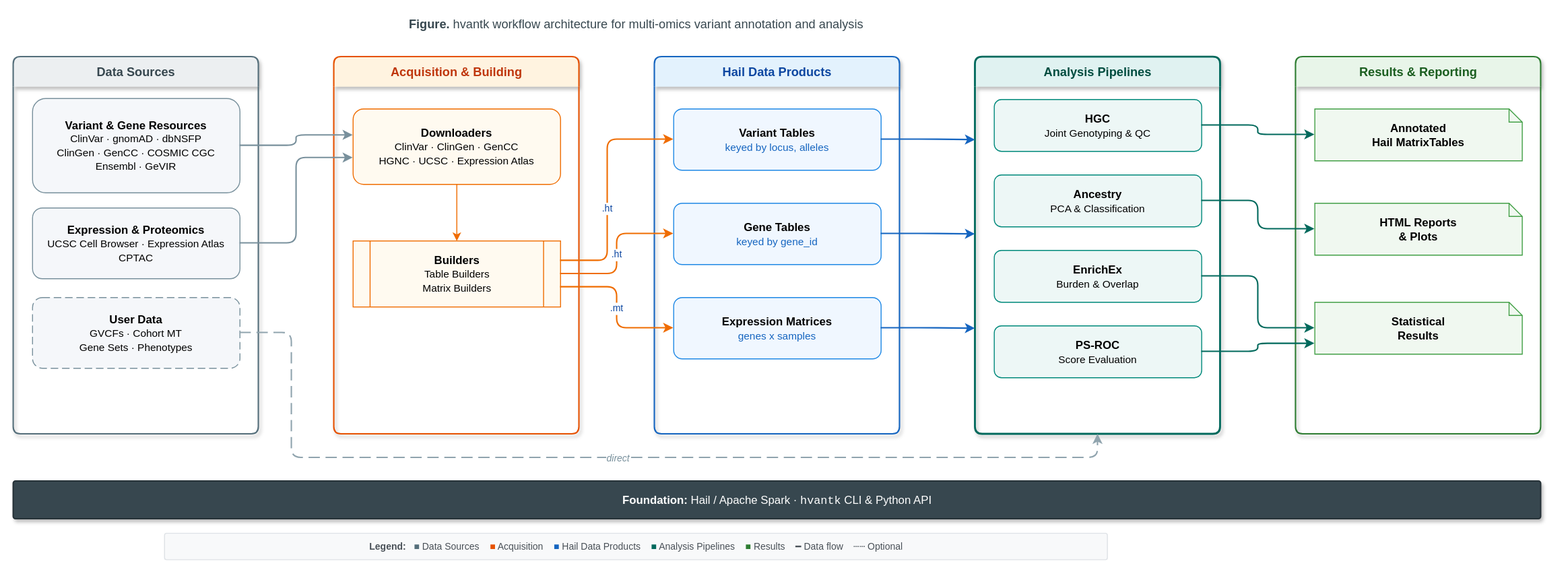
bigbio/hvantk keeps this draw.io diagram as docs_site/images/hvantk-architecture.svg. Above is the earlier version. Source tidied: cells renumbered, new cells last; positions are measured from the earlier drawing's top-left corner, leaving out a move shared by most shapes.
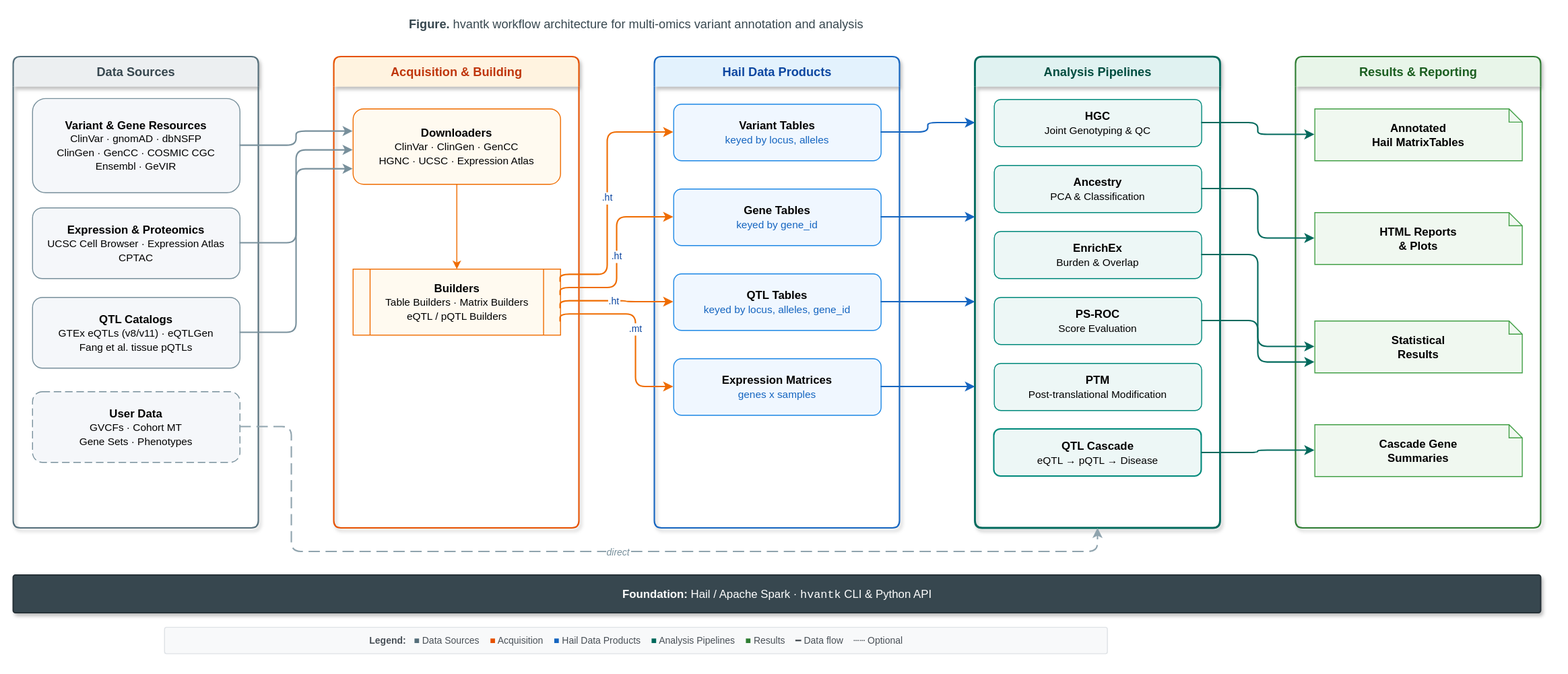
Above is the later version.

Diff of the diagram source:
```diff
@@ -6,7 +6,7 @@
       <mxGeometry x="310" width="700" height="30" as="geometry" />
     </mxCell>
     <mxCell id="3" value="Data Sources" style="html=1;swimlane;startSize=32;fillColor=#eceff1;strokeColor=#546e7a;strokeWidth=1.5;rounded=1;arcSize=8;fontStyle=1;fontSize=13;fontFamily=Arial;fontColor=#37474f;swimlaneLine=0;whiteSpace=wrap;shadow=1;" parent="1" vertex="1">
-      <mxGeometry y="50" width="260" height="400" as="geometry" />
+      <mxGeometry y="50" width="260" height="500" as="geometry" />
     </mxCell>
     <mxCell id="4" value="&lt;b&gt;Variant &amp;amp; Gene Resources&lt;/b&gt;&lt;br/&gt;&lt;font style=&quot;font-size:11px&quot;&gt;ClinVar &amp;middot; gnomAD &amp;middot; dbNSFP&lt;br/&gt;ClinGen &amp;middot; GenCC &amp;middot; COSMIC CGC&lt;br/&gt;Ensembl &amp;middot; GeVIR&lt;/font&gt;" style="html=1;rounded=1;whiteSpace=wrap;fillColor=#f5f7fa;strokeColor=#78909c;strokeWidth=1;fontSize=12;fontFamily=Arial;arcSize=14;spacingTop=4;spacingBottom=4;" parent="3" vertex="1">
       <mxGeometry x="20" y="44" width="220" height="100" as="geometry" />
@@ -14,98 +14,134 @@
     <mxCell id="5" value="&lt;b&gt;Expression &amp;amp; Proteomics&lt;/b&gt;&lt;br/&gt;&lt;font style=&quot;font-size:11px&quot;&gt;UCSC Cell Browser &amp;middot; Expression Atlas&lt;br/&gt;CPTAC&lt;/font&gt;" style="html=1;rounded=1;whiteSpace=wrap;fillColor=#f5f7fa;strokeColor=#78909c;strokeWidth=1;fontSize=12;fontFamily=Arial;arcSize=14;spacingTop=4;spacingBottom=4;" parent="3" vertex="1">
       <mxGeometry x="20" y="160" width="220" height="75" as="geometry" />
     </mxCell>
+    <mxCell id="39" value="&lt;b&gt;QTL Catalogs&lt;/b&gt;&lt;br/&gt;&lt;font style=&quot;font-size:11px&quot;&gt;GTEx eQTLs (v8/v11) &amp;middot; eQTLGen&lt;br/&gt;Fang et al. tissue pQTLs&lt;/font&gt;" style="html=1;rounded=1;whiteSpace=wrap;fillColor=#f5f7fa;strokeColor=#78909c;strokeWidth=1;fontSize=12;fontFamily=Arial;arcSize=14;spacingTop=4;spacingBottom=4;" parent="3" vertex="1">
+      <mxGeometry x="20" y="255" width="220" height="75" as="geometry" />
+    </mxCell>
     <mxCell id="6" value="&lt;b&gt;User Data&lt;/b&gt;&lt;br/&gt;&lt;font style=&quot;font-size:11px&quot;&gt;GVCFs &amp;middot; Cohort MT&lt;br/&gt;Gene Sets &amp;middot; Phenotypes&lt;/font&gt;" style="html=1;rounded=1;whiteSpace=wrap;fillColor=#f5f7fa;strokeColor=#78909c;strokeWidth=1;fontSize=12;fontFamily=Arial;arcSize=14;spacingTop=4;spacingBottom=4;dashed=1;dashPattern=8 4;" parent="3" vertex="1">
-      <mxGeometry x="20" y="255" width="220" height="75" as="geometry" />
+      <mxGeometry x="20" y="355" width="220" height="75" as="geometry" />
     </mxCell>
     <mxCell id="7" value="Acquisition &amp;amp; Building" style="html=1;swimlane;startSize=32;fillColor=#fff3e0;strokeColor=#e65100;strokeWidth=1.5;rounded=1;arcSize=8;fontStyle=1;fontSize=13;fontFamily=Arial;fontColor=#bf360c;swimlaneLine=0;whiteSpace=wrap;shadow=1;" parent="1" vertex="1">
-      <mxGeometry x="340" y="50" width="260" height="400" as="geometry" />
+      <mxGeometry x="340" y="50" width="260" height="500" as="geometry" />
     </mxCell>
     <mxCell id="8" value="&lt;b&gt;Downloaders&lt;/b&gt;&lt;br/&gt;&lt;font style=&quot;font-size:11px&quot;&gt;ClinVar &amp;middot; ClinGen &amp;middot; GenCC&lt;br/&gt;HGNC &amp;middot; UCSC &amp;middot; Expression Atlas&lt;/font&gt;" style="html=1;rounded=1;whiteSpace=wrap;fillColor=#fffaf0;strokeColor=#ef6c00;strokeWidth=1;fontSize=12;fontFamily=Arial;arcSize=14;spacingTop=4;spacingBottom=4;" parent="7" vertex="1">
       <mxGeometry x="20" y="55" width="220" height="80" as="geometry" />
     </mxCell>
-    <mxCell id="9" value="&lt;b&gt;Builders&lt;/b&gt;&lt;br/&gt;&lt;font style=&quot;font-size:11px&quot;&gt;Table Builders&lt;br/&gt;Matrix Builders&lt;/font&gt;" style="html=1;shape=process;whiteSpace=wrap;fillColor=#fffaf0;strokeColor=#ef6c00;strokeWidth=1;fontSize=12;fontFamily=Arial;size=0.08;spacingTop=4;spacingBottom=4;" parent="7" vertex="1">
-      <mxGeometry x="20" y="195" width="220" height="70" as="geometry" />
+    <mxCell id="9" value="&lt;b&gt;Builders&lt;/b&gt;&lt;br/&gt;&lt;font style=&quot;font-size:11px&quot;&gt;Table Builders &amp;middot; Matrix Builders&lt;br/&gt;eQTL / pQTL Builders&lt;/font&gt;" style="html=1;shape=process;whiteSpace=wrap;fillColor=#fffaf0;strokeColor=#ef6c00;strokeWidth=1;fontSize=12;fontFamily=Arial;size=0.08;spacingTop=4;spacingBottom=4;" parent="7" vertex="1">
+      <mxGeometry x="20" y="225" width="220" height="70" as="geometry" />
     </mxCell>
     <mxCell id="10" style="edgeStyle=orthogonalEdgeStyle;rounded=1;strokeColor=#ef6c00;strokeWidth=1;exitX=0.5;exitY=1;entryX=0.5;entryY=0;" parent="7" edge="1" source="8" target="9">
       <mxGeometry relative="1" as="geometry" />
     </mxCell>
     <mxCell id="11" value="Hail Data Products" style="html=1;swimlane;startSize=32;fillColor=#e3f2fd;strokeColor=#1565c0;strokeWidth=1.5;rounded=1;arcSize=8;fontStyle=1;fontSize=13;fontFamily=Arial;fontColor=#0d47a1;swimlaneLine=0;whiteSpace=wrap;shadow=1;" parent="1" vertex="1">
-      <mxGeometry x="680" y="50" width="260" height="400" as="geometry" />
+      <mxGeometry x="680" y="50" width="260" height="500" as="geometry" />
     </mxCell>
     <mxCell id="12" value="&lt;b&gt;Variant Tables&lt;/b&gt;&lt;br/&gt;&lt;font style=&quot;font-size:11px;color:#1565c0&quot;&gt;keyed by locus, alleles&lt;/font&gt;" style="html=1;rounded=1;whiteSpace=wrap;fillColor=#f0f7ff;strokeColor=#1e88e5;strokeWidth=1;fontSize=12;fontFamily=Arial;arcSize=14;spacingTop=4;spacingBottom=4;" parent="11" vertex="1">
-      <mxGeometry x="20" y="55" width="220" height="65" as="geometry" />
+      <mxGeometry x="20" y="50" width="220" height="60" as="geometry" />
     </mxCell>
     <mxCell id="13" value="&lt;b&gt;Gene Tables&lt;/b&gt;&lt;br/&gt;&lt;font style=&quot;font-size:11px;color:#1565c0&quot;&gt;keyed by gene_id&lt;/font&gt;" style="html=1;rounded=1;whiteSpace=wrap;fillColor=#f0f7ff;strokeColor=#1e88e5;strokeWidth=1;fontSize=12;fontFamily=Arial;arcSize=14;spacingTop=4;spacingBottom=4;" parent="11" vertex="1">
-      <mxGeometry x="20" y="155" width="220" height="65" as="geometry" />
+      <mxGeometry x="20" y="140" width="220" height="60" as="geometry" />
     </mxCell>
+    <mxCell id="40" value="&lt;b&gt;QTL Tables&lt;/b&gt;&lt;br/&gt;&lt;font style=&quot;font-size:11px;color:#1565c0&quot;&gt;keyed by locus, alleles, gene_id&lt;/font&gt;" style="html=1;rounded=1;whiteSpace=wrap;fillColor=#f0f7ff;strokeColor=#1e88e5;strokeWidth=1;fontSize=12;fontFamily=Arial;arcSize=14;spacingTop=4;spacingBottom=4;" parent="11" vertex="1">
+      <mxGeometry x="20" y="230" width="220" height="60" as="geometry" />
+    </mxCell>
     <mxCell id="14" value="&lt;b&gt;Expression Matrices&lt;/b&gt;&lt;br/&gt;&lt;font style=&quot;font-size:11px;color:#1565c0&quot;&gt;genes x samples&lt;/font&gt;" style="html=1;rounded=1;whiteSpace=wrap;fillColor=#f0f7ff;strokeColor=#1e88e5;strokeWidth=1;fontSize=12;fontFamily=Arial;arcSize=14;spacingTop=4;spacingBottom=4;" parent="11" vertex="1">
-      <mxGeometry x="20" y="255" width="220" height="65" as="geometry" />
+      <mxGeometry x="20" y="320" width="220" height="60" as="geometry" />
     </mxCell>
     <mxCell id="15" value="Analysis Pipelines" style="html=1;swimlane;startSize=32;fillColor=#e0f2f1;strokeColor=#00695c;strokeWidth=2;rounded=1;arcSize=8;fontStyle=1;fontSize=13;fontFamily=Arial;fontColor=#004d40;swimlaneLine=0;whiteSpace=wrap;shadow=1;" parent="1" vertex="1">
-      <mxGeometry x="1020" y="50" width="260" height="400" as="geometry" />
+      <mxGeometry x="1020" y="50" width="260" height="500" as="geometry" />
     </mxCell>
     <mxCell id="16" value="&lt;b&gt;HGC&lt;/b&gt;&lt;br/&gt;&lt;font style=&quot;font-size:11px&quot;&gt;Joint Genotyping &amp;amp; QC&lt;/font&gt;" style="html=1;rounded=1;whiteSpace=wrap;fillColor=#edf7f6;strokeColor=#00897b;strokeWidth=1;fontSize=12;fontFamily=Arial;arcSize=14;spacingTop=4;spacingBottom=4;" parent="15" vertex="1">
-      <mxGeometry x="20" y="45" width="220" height="55" as="geometry" />
+      <mxGeometry x="20" y="45" width="220" height="50" as="geometry" />
     </mxCell>
     <mxCell id="17" value="&lt;b&gt;Ancestry&lt;/b&gt;&lt;br/&gt;&lt;font style=&quot;font-size:11px&quot;&gt;PCA &amp;amp; Classification&lt;/font&gt;" style="html=1;rounded=1;whiteSpace=wrap;fillColor=#edf7f6;strokeColor=#00897b;strokeWidth=1;fontSize=12;fontFamily=Arial;arcSize=14;spacingTop=4;spacingBottom=4;" parent="15" vertex="1">
-      <mxGeometry x="20" y="125" width="220" height="55" as="geometry" />
+      <mxGeometry x="20" y="115" width="220" height="50" as="geometry" />
     </mxCell>
     <mxCell id="18" value="&lt;b&gt;EnrichEx&lt;/b&gt;&lt;br/&gt;&lt;font style=&quot;font-size:11px&quot;&gt;Burden &amp;amp; Overlap&lt;/font&gt;" style="html=1;rounded=1;whiteSpace=wrap;fillColor=#edf7f6;strokeColor=#00897b;strokeWidth=1;fontSize=12;fontFamily=Arial;arcSize=14;spacingTop=4;spacingBottom=4;" parent="15" vertex="1">
-      <mxGeometry x="20" y="205" width="220" height="55" as="geometry" />
+      <mxGeometry x="20" y="185" width="220" height="50" as="geometry" />
     </mxCell>
     <mxCell id="19" value="&lt;b&gt;PS-ROC&lt;/b&gt;&lt;br/&gt;&lt;font style=&quot;font-size:11px&quot;&gt;Score Evaluation&lt;/font&gt;" style="html=1;rounded=1;whiteSpace=wrap;fillColor=#edf7f6;strokeColor=#00897b;strokeWidth=1;fontSize=12;fontFamily=Arial;arcSize=14;spacingTop=4;spacingBottom=4;" parent="15" vertex="1">
-      <mxGeometry x="20" y="285" width="220" height="55" as="geometry" />
+      <mxGeometry x="20" y="255" width="220" height="50" as="geometry" />
     </mxCell>
+    <mxCell id="41" value="&lt;b&gt;PTM&lt;/b&gt;&lt;br/&gt;&lt;font style=&quot;font-size:11px&quot;&gt;Post-translational Modification&lt;/font&gt;" style="html=1;rounded=1;whiteSpace=wrap;fillColor=#edf7f6;strokeColor=#00897b;strokeWidth=1;fontSize=12;fontFamily=Arial;arcSize=14;spacingTop=4;spacingBottom=4;" parent="15" vertex="1">
+      <mxGeometry x="20" y="325" width="220" height="50" as="geometry" />
+    </mxCell>
+    <mxCell id="42" value="&lt;b&gt;QTL Cascade&lt;/b&gt;&lt;br/&gt;&lt;font style=&quot;font-size:11px&quot;&gt;eQTL &amp;rarr; pQTL &amp;rarr; Disease&lt;/font&gt;" style="html=1;rounded=1;whiteSpace=wrap;fillColor=#edf7f6;strokeColor=#00897b;strokeWidth=1.5;fontSize=12;fontFamily=Arial;arcSize=14;spacingTop=4;spacingBottom=4;" parent="15" vertex="1">
+      <mxGeometry x="20" y="395" width="220" height="50" as="geometry" />
+    </mxCell>
     <mxCell id="20" value="Results &amp;amp; Reporting" style="html=1;swimlane;startSize=32;fillColor=#e8f5e9;strokeColor=#2e7d32;strokeWidth=1.5;rounded=1;arcSize=8;fontStyle=1;fontSize=13;fontFamily=Arial;fontColor=#1b5e20;swimlaneLine=0;whiteSpace=wrap;shadow=1;" parent="1" vertex="1">
-      <mxGeometry x="1360" y="50" width="260" height="400" as="geometry" />
+      <mxGeometry x="1360" y="50" width="260" height="500" as="geometry" />
     </mxCell>
     <mxCell id="21" value="&lt;b&gt;Annotated&lt;br&gt;Hail MatrixTables&lt;/b&gt;" style="html=1;shape=note;whiteSpace=wrap;fillColor=#f0f8f0;strokeColor=#43a047;strokeWidth=1;fontSize=12;fontFamily=Arial;size=14;spacingTop=4;spacingBottom=4;" parent="20" vertex="1">
       <mxGeometry x="20" y="55" width="220" height="55" as="geometry" />
     </mxCell>
     <mxCell id="22" value="&lt;b&gt;HTML Reports&lt;br/&gt;&amp;amp; Plots&lt;/b&gt;" style="html=1;shape=note;whiteSpace=wrap;fillColor=#f0f8f0;strokeColor=#43a047;strokeWidth=1;fontSize=12;fontFamily=Arial;size=14;spacingTop=4;spacingBottom=4;" parent="20" vertex="1">
-      <mxGeometry x="20" y="155" width="220" height="55" as="geometry" />
+      <mxGeometry x="20" y="165" width="220" height="55" as="geometry" />
     </mxCell>
     <mxCell id="23" value="&lt;b&gt;Statistical&lt;br/&gt;Results&lt;/b&gt;" style="html=1;shape=note;whiteSpace=wrap;fillColor=#f0f8f0;strokeColor=#43a047;strokeWidth=1;fontSize=12;fontFamily=Arial;size=14;spacingTop=4;spacingBottom=4;" parent="20" vertex="1">
-      <mxGeometry x="20" y="260" width="220" height="55" as="geometry" />
+      <mxGeometry x="20" y="280" width="220" height="55" as="geometry" />
     </mxCell>
+    <mxCell id="43" value="&lt;b&gt;Cascade Gene&lt;br/&gt;Summaries&lt;/b&gt;" style="html=1;shape=note;whiteSpace=wrap;fillColor=#f0f8f0;strokeColor=#43a047;strokeWidth=1;fontSize=12;fontFamily=Arial;size=14;spacingTop=4;spacingBottom=4;" parent="20" vertex="1">
+      <mxGeometry x="20" y="390" width="220" height="55" as="geometry" />
+    </mxCell>
-    <mxCell id="24" style="edgeStyle=orthogonalEdgeStyle;rounded=1;strokeColor=#78909c;strokeWidth=1.5;exitX=1;exitY=0.5;entryX=0;entryY=0.35;" parent="1" edge="1" source="4" target="8">
+    <mxCell id="24" style="edgeStyle=orthogonalEdgeStyle;rounded=1;strokeColor=#78909c;strokeWidth=1.5;exitX=1;exitY=0.5;entryX=0;entryY=0.3;" parent="1" edge="1" source="4" target="8">
       <mxGeometry relative="1" as="geometry" />
     </mxCell>
-    <mxCell id="25" style="edgeStyle=orthogonalEdgeStyle;rounded=1;strokeColor=#78909c;strokeWidth=1.5;exitX=1;exitY=0.5;entryX=0;entryY=0.65;" parent="1" edge="1" source="5" target="8">
+    <mxCell id="25" style="edgeStyle=orthogonalEdgeStyle;rounded=1;strokeColor=#78909c;strokeWidth=1.5;exitX=1;exitY=0.5;entryX=0;entryY=0.55;" parent="1" edge="1" source="5" target="8">
       <mxGeometry relative="1" as="geometry" />
     </mxCell>
+    <mxCell id="44" style="edgeStyle=orthogonalEdgeStyle;rounded=1;strokeColor=#78909c;strokeWidth=1.5;exitX=1;exitY=0.5;entryX=0;entryY=0.8;" parent="1" edge="1" source="39" target="8">
+      <mxGeometry relative="1" as="geometry" />
+    </mxCell>
-    <mxCell id="26" value=".ht" style="edgeStyle=orthogonalEdgeStyle;rounded=1;strokeColor=#ef6c00;strokeWidth=1.5;fontSize=10;fontColor=#0d47a1;exitX=1;exitY=0.3;entryX=0;entryY=0.5;" parent="1" edge="1" source="9" target="12">
-      <mxGeometry x="-0.15" relative="1" as="geometry">
+    <mxCell id="26" value=".ht" style="edgeStyle=orthogonalEdgeStyle;rounded=1;strokeColor=#ef6c00;strokeWidth=1.5;fontSize=10;fontColor=#0d47a1;exitX=1;exitY=0.2;entryX=0;entryY=0.5;" parent="1" edge="1" source="9" target="12">
+      <mxGeometry relative="1" as="geometry">
         <Array as="points">
-          <mxPoint x="630" y="266" />
-          <mxPoint x="630" y="138" />
+          <mxPoint x="630" y="281" />
+          <mxPoint x="630" y="130" />
         </Array>
       </mxGeometry>
     </mxCell>
-    <mxCell id="27" value=".ht" style="edgeStyle=orthogonalEdgeStyle;rounded=1;strokeColor=#ef6c00;strokeWidth=1.5;fontSize=10;fontColor=#0d47a1;exitX=1;exitY=0.5;entryX=0;entryY=0.5;" parent="1" edge="1" source="9" target="13">
+    <mxCell id="27" value=".ht" style="edgeStyle=orthogonalEdgeStyle;rounded=1;strokeColor=#ef6c00;strokeWidth=1.5;fontSize=10;fontColor=#0d47a1;exitX=1;exitY=0.4;entryX=0;entryY=0.5;" parent="1" edge="1" source="9" target="13">
       <mxGeometry relative="1" as="geometry">
         <Array as="points">
-          <mxPoint x="640" y="280" />
-          <mxPoint x="640" y="238" />
+          <mxPoint x="640" y="295" />
+          <mxPoint x="640" y="220" />
         </Array>
       </mxGeometry>
     </mxCell>
+    <mxCell id="45" value=".ht" style="edgeStyle=orthogonalEdgeStyle;rounded=1;strokeColor=#ef6c00;strokeWidth=1.5;fontSize=10;fontColor=#0d47a1;exitX=1;exitY=0.6;entryX=0;entryY=0.5;" parent="1" edge="1" source="9" target="40">
+      <mxGeometry relative="1" as="geometry">
+        <Array as="points">
+          <mxPoint x="650" y="309" />
+          <mxPoint x="650" y="310" />
+        </Array>
+      </mxGeometry>
+    </mxCell>
-    <mxCell id="28" value=".mt" style="edgeStyle=orthogonalEdgeStyle;rounded=1;strokeColor=#ef6c00;strokeWidth=1.5;fontSize=10;fontColor=#0d47a1;exitX=1;exitY=0.7;entryX=0;entryY=0.5;" parent="1" edge="1" source="9" target="14">
-      <mxGeometry relative="1" as="geometry" />
+    <mxCell id="28" value=".mt" style="edgeStyle=orthogonalEdgeStyle;rounded=1;strokeColor=#ef6c00;strokeWidth=1.5;fontSize=10;fontColor=#0d47a1;exitX=1;exitY=0.8;entryX=0;entryY=0.5;" parent="1" edge="1" source="9" target="14">
+      <mxGeometry relative="1" as="geometry">
+        <Array as="points">
+          <mxPoint x="660" y="323" />
+          <mxPoint x="660" y="400" />
+        </Array>
+      </mxGeometry>
     </mxCell>
     <mxCell id="29" style="edgeStyle=orthogonalEdgeStyle;rounded=1;strokeColor=#1565c0;strokeWidth=1.5;exitX=1;exitY=0.5;" parent="1" edge="1" source="12">
       <mxGeometry relative="1" as="geometry">
-        <mxPoint x="1020" y="138" as="targetPoint" />
+        <mxPoint x="1020" y="120" as="targetPoint" />
       </mxGeometry>
     </mxCell>
     <mxCell id="30" style="edgeStyle=orthogonalEdgeStyle;rounded=1;strokeColor=#1565c0;strokeWidth=1.5;exitX=1;exitY=0.5;" parent="1" edge="1" source="13">
       <mxGeometry relative="1" as="geometry">
-        <mxPoint x="1020" y="238" as="targetPoint" />
+        <mxPoint x="1020" y="220" as="targetPoint" />
       </mxGeometry>
     </mxCell>
+    <mxCell id="46" style="edgeStyle=orthogonalEdgeStyle;rounded=1;strokeColor=#1565c0;strokeWidth=1.5;exitX=1;exitY=0.5;" parent="1" edge="1" source="40">
+      <mxGeometry relative="1" as="geometry">
+        <mxPoint x="1020" y="310" as="targetPoint" />
+      </mxGeometry>
+    </mxCell>
     <mxCell id="31" style="edgeStyle=orthogonalEdgeStyle;rounded=1;strokeColor=#1565c0;strokeWidth=1.5;exitX=1;exitY=0.5;" parent="1" edge="1" source="14">
       <mxGeometry relative="1" as="geometry">
-        <mxPoint x="1020" y="338" as="targetPoint" />
+        <mxPoint x="1020" y="400" as="targetPoint" />
       </mxGeometry>
     </mxCell>
     <mxCell id="32" style="edgeStyle=orthogonalEdgeStyle;rounded=1;strokeColor=#00695c;strokeWidth=1.5;exitX=1;exitY=0.5;entryX=0;entryY=0.5;" parent="1" edge="1" source="16" target="21">
@@ -120,20 +156,23 @@
     <mxCell id="35" style="edgeStyle=orthogonalEdgeStyle;rounded=1;strokeColor=#00695c;strokeWidth=1.5;exitX=1;exitY=0.5;entryX=0;entryY=0.8;" parent="1" edge="1" source="19" target="23">
       <mxGeometry relative="1" as="geometry" />
     </mxCell>
+    <mxCell id="47" style="edgeStyle=orthogonalEdgeStyle;rounded=1;strokeColor=#00695c;strokeWidth=1.5;exitX=1;exitY=0.5;entryX=0;entryY=0.5;" parent="1" edge="1" source="42" target="43">
+      <mxGeometry relative="1" as="geometry" />
+    </mxCell>
     <mxCell id="36" value="direct" style="edgeStyle=orthogonalEdgeStyle;rounded=1;strokeColor=#90a4ae;strokeWidth=1.5;dashed=1;dashPattern=8 4;fontSize=10;fontColor=#78909c;fontStyle=2;exitX=1;exitY=0.5;" parent="1" edge="1" source="6">
       <mxGeometry relative="1" as="geometry">
-        <mxPoint x="1150" y="450" as="targetPoint" />
+        <mxPoint x="1150" y="550" as="targetPoint" />
         <Array as="points">
-          <mxPoint x="295" y="475" />
-          <mxPoint x="1150" y="475" />
+          <mxPoint x="295" y="575" />
+          <mxPoint x="1150" y="575" />
         </Array>
       </mxGeometry>
     </mxCell>
     <mxCell id="37" value="&lt;b&gt;Foundation:&lt;/b&gt;  Hail / Apache Spark  &amp;middot;  &lt;font style=&quot;font-family:monospace&quot;&gt;hvantk&lt;/font&gt; CLI &amp;amp; Python API" style="html=1;rounded=1;whiteSpace=wrap;fillColor=#37474f;strokeColor=#263238;strokeWidth=1.5;fontSize=12;fontFamily=Arial;fontColor=#ffffff;arcSize=6;align=center;shadow=1;" parent="1" vertex="1">
-      <mxGeometry y="500" width="1620" height="40" as="geometry" />
+      <mxGeometry y="600" width="1620" height="40" as="geometry" />
     </mxCell>
     <mxCell id="38" value="&lt;font style=&quot;font-size:10px&quot;&gt;&lt;b&gt;Legend:&lt;/b&gt;&amp;nbsp;&amp;nbsp; &lt;font color=&quot;#546e7a&quot;&gt;■&lt;/font&gt; Data Sources &amp;nbsp;&amp;nbsp; &lt;font color=&quot;#e65100&quot;&gt;■&lt;/font&gt; Acquisition &amp;nbsp;&amp;nbsp; &lt;font color=&quot;#1565c0&quot;&gt;■&lt;/font&gt; Hail Data Products &amp;nbsp;&amp;nbsp; &lt;font color=&quot;#00695c&quot;&gt;■&lt;/font&gt; Analysis Pipelines &amp;nbsp;&amp;nbsp; &lt;font color=&quot;#2e7d32&quot;&gt;■&lt;/font&gt; Results &amp;nbsp;&amp;nbsp; ━ Data flow &amp;nbsp;&amp;nbsp; ┄┄ Optional&lt;/font&gt;" style="text;html=1;align=center;verticalAlign=middle;strokeColor=#dee2e6;fillColor=#f8f9fa;fontSize=10;fontFamily=Arial;fontColor=#495057;rounded=1;arcSize=8;spacingLeft=12;spacingRight=12;" parent="1" vertex="1">
-      <mxGeometry x="160" y="555" width="1000" height="28" as="geometry" />
+      <mxGeometry x="160" y="655" width="1000" height="28" as="geometry" />
     </mxCell>
   </root>
 </mxGraphModel>
```
